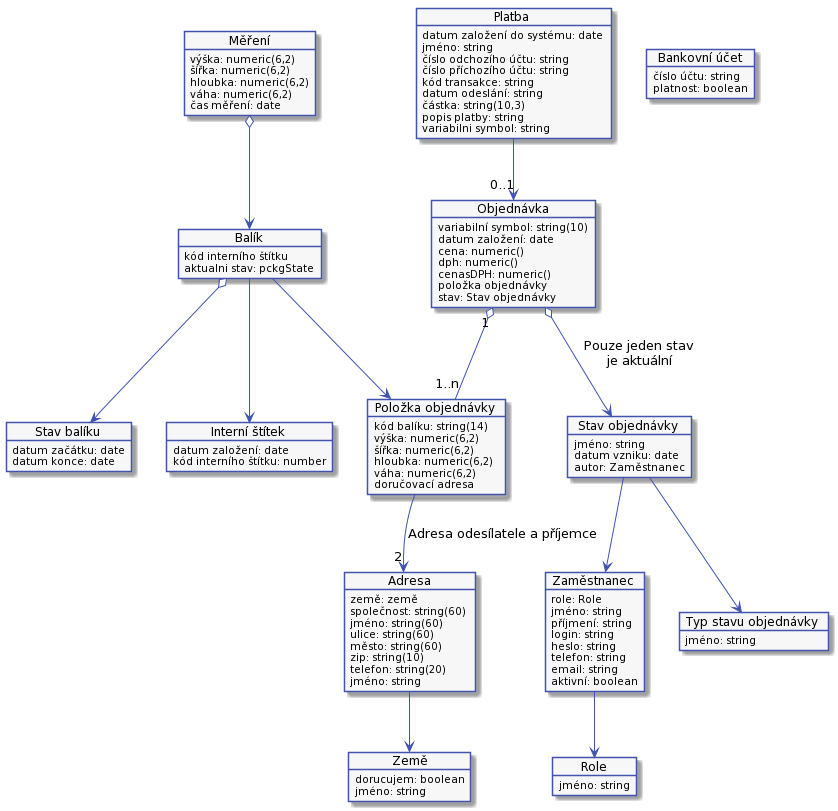
The PlantUML diagram docs/diagrams/out/arch-01.png in Internet-Handel/postman, before a commit.
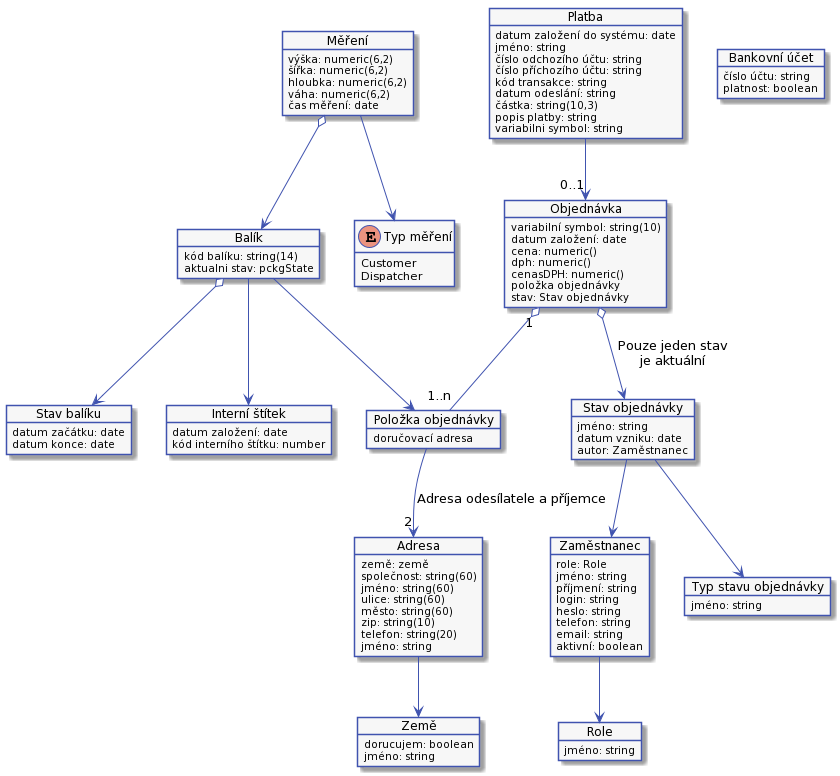
The same diagram one commit later.

Diff of the diagram source:
```diff
@@ -59,6 +59,7 @@
     BackgroundColor #F7F7F7
 }
 
+hide empty members
 
 object "Objednávka" as order
 object order {
@@ -85,11 +86,6 @@
 
 object "Položka objednávky" as orderItem
 object orderItem {
-    kód balíku: string(14)
-    výška: numeric(6,2)
-    šířka: numeric(6,2)
-    hloubka: numeric(6,2)
-    váha: numeric(6,2)
     doručovací adresa
 }
 
@@ -163,9 +159,14 @@
     čas měření: date
 }
 
+enum "Typ měření" as measureType {
+  Customer
+  Dispatcher
+}
+
 object "Balík" as pckg
 object pckg {
-    kód interního štítku
+    kód balíku: string(14)
     aktualni stav: pckgState
 }
 
@@ -187,4 +188,5 @@
 emplyee --> role
 payment --> "0..1" order
 measures o--> pckg
+measures --> measureType
 @enduml
```
